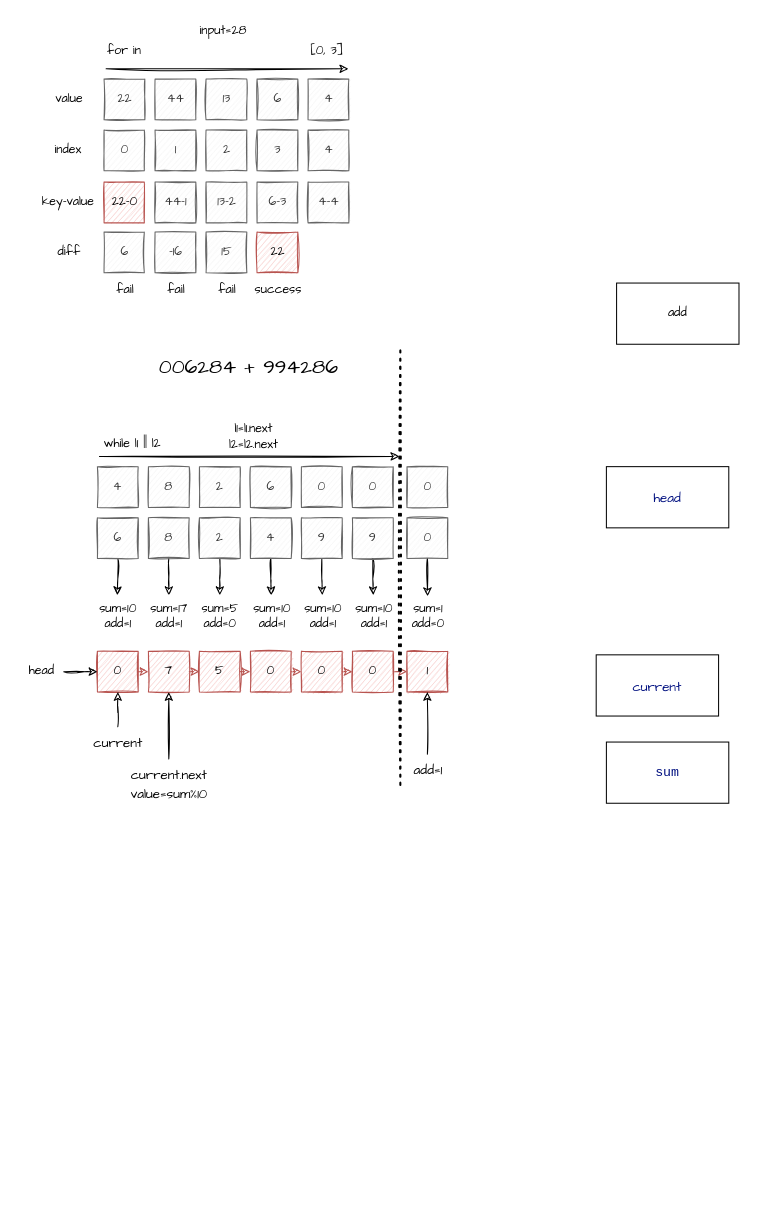
Before: 房子.drawio in heggria/blog, a draw.io diagram. Source tidied: cells renumbered, new cells numbered last; positions are measured from the earlier drawing's top-left corner, leaving out a move shared by most shapes. Both pictures are drawn from the tidied source at 102%, with x=0, y=0 at pixel (17, 17).
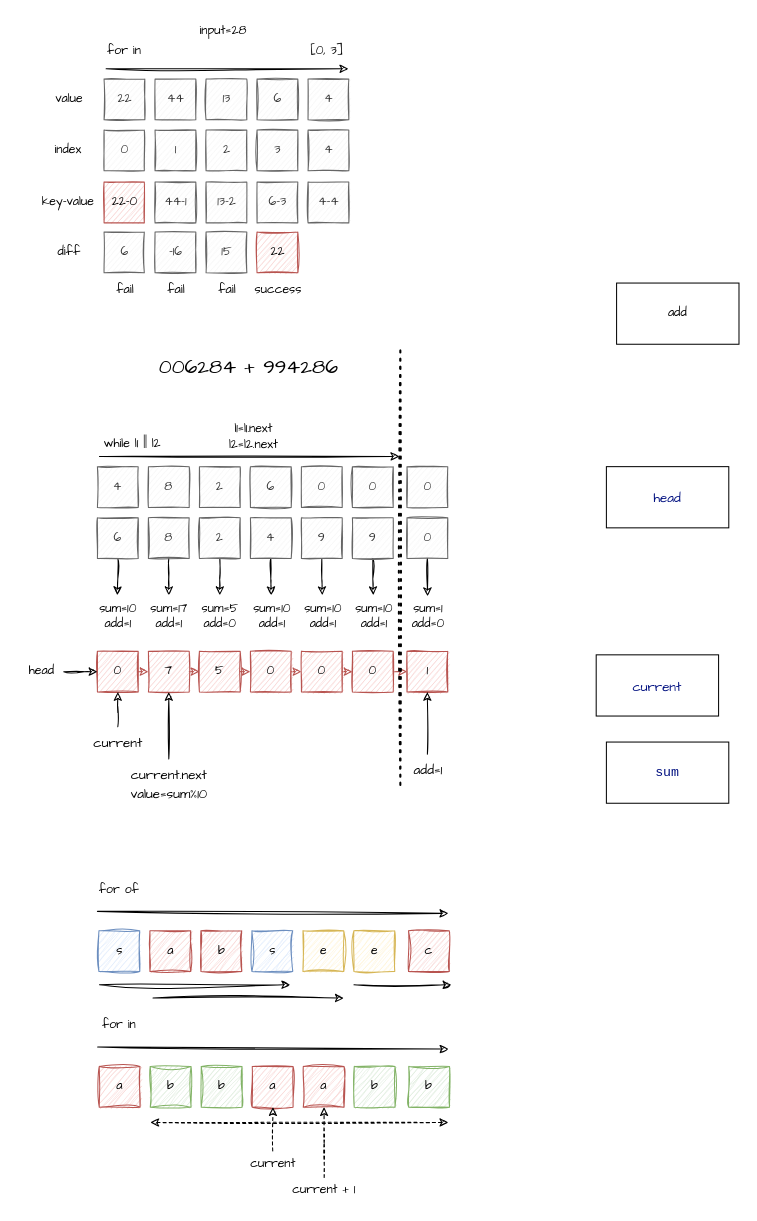
Above is the later version.

What changed in the source:
```diff
@@
+    <mxCell id="91" value="s" style="rounded=0;whiteSpace=wrap;html=1;fontFamily=Comic Sans MS;fillColor=#dae8fc;strokeColor=#6c8ebf;sketch=1;curveFitting=1;jiggle=2;" parent="1" vertex="1">
+      <mxGeometry x="79.5" y="895" width="40" height="40" as="geometry" />
+    </mxCell>
+    <mxCell id="92" value="a" style="rounded=0;whiteSpace=wrap;html=1;fontFamily=Comic Sans MS;fillColor=#f8cecc;strokeColor=#b85450;sketch=1;curveFitting=1;jiggle=2;" parent="1" vertex="1">
+      <mxGeometry x="129.5" y="895" width="40" height="40" as="geometry" />
+    </mxCell>
+    <mxCell id="93" value="b" style="rounded=0;whiteSpace=wrap;html=1;fontFamily=Comic Sans MS;fillColor=#f8cecc;strokeColor=#b85450;sketch=1;curveFitting=1;jiggle=2;" parent="1" vertex="1">
+      <mxGeometry x="179.5" y="895" width="40" height="40" as="geometry" />
+    </mxCell>
+    <mxCell id="94" value="s" style="rounded=0;whiteSpace=wrap;html=1;fontFamily=Comic Sans MS;fillColor=#dae8fc;strokeColor=#6c8ebf;sketch=1;curveFitting=1;jiggle=2;" parent="1" vertex="1">
+      <mxGeometry x="229.5" y="895" width="40" height="40" as="geometry" />
+    </mxCell>
+    <mxCell id="95" value="e" style="rounded=0;whiteSpace=wrap;html=1;fontFamily=Comic Sans MS;fillColor=#fff2cc;strokeColor=#d6b656;sketch=1;curveFitting=1;jiggle=2;" parent="1" vertex="1">
+      <mxGeometry x="279.5" y="895" width="40" height="40" as="geometry" />
+    </mxCell>
+    <mxCell id="96" value="e" style="rounded=0;whiteSpace=wrap;html=1;fontFamily=Comic Sans MS;fillColor=#fff2cc;strokeColor=#d6b656;sketch=1;curveFitting=1;jiggle=2;" parent="1" vertex="1">
+      <mxGeometry x="329.5" y="895" width="40" height="40" as="geometry" />
+    </mxCell>
+    <mxCell id="97" value="c" style="rounded=0;whiteSpace=wrap;html=1;fontFamily=Comic Sans MS;fillColor=#f8cecc;strokeColor=#b85450;sketch=1;curveFitting=1;jiggle=2;" parent="1" vertex="1">
+      <mxGeometry x="383" y="895" width="40" height="40" as="geometry" />
+    </mxCell>
+    <mxCell id="98" style="endArrow=classic;html=1;rounded=0;sketch=1;curveFitting=1;jiggle=2;fontFamily=Comic Sans MS;" parent="1" edge="1">
+      <mxGeometry relative="1" as="geometry">
+        <mxPoint x="80" y="948" as="sourcePoint" />
+        <mxPoint x="267" y="948" as="targetPoint" />
+      </mxGeometry>
+    </mxCell>
+    <mxCell id="99" style="endArrow=classic;html=1;rounded=0;sketch=1;curveFitting=1;jiggle=2;fontFamily=Comic Sans MS;" parent="1" edge="1">
+      <mxGeometry relative="1" as="geometry">
+        <mxPoint x="132.5" y="961" as="sourcePoint" />
+        <mxPoint x="319.5" y="961" as="targetPoint" />
+      </mxGeometry>
+    </mxCell>
+    <mxCell id="100" style="endArrow=classic;html=1;rounded=0;sketch=1;curveFitting=1;jiggle=2;fontFamily=Comic Sans MS;" parent="1" edge="1">
+      <mxGeometry relative="1" as="geometry">
+        <mxPoint x="329.5" y="948" as="sourcePoint" />
+        <mxPoint x="425" y="948" as="targetPoint" />
+      </mxGeometry>
+    </mxCell>
+    <mxCell id="101" style="endArrow=classic;html=1;rounded=0;sketch=1;curveFitting=1;jiggle=2;fontFamily=Comic Sans MS;" parent="1" edge="1">
+      <mxGeometry relative="1" as="geometry">
+        <mxPoint x="78" y="876" as="sourcePoint" />
+        <mxPoint x="422" y="878" as="targetPoint" />
+      </mxGeometry>
+    </mxCell>
+    <mxCell id="102" value="for of" style="text;html=1;align=center;verticalAlign=middle;strokeColor=none;fillColor=none;fontFamily=Comic Sans MS;" parent="1" vertex="1">
+      <mxGeometry x="72.5" y="842" width="52" height="26" as="geometry" />
+    </mxCell>
+    <mxCell id="103" value="a" style="rounded=0;whiteSpace=wrap;html=1;fontFamily=Comic Sans MS;fillColor=#f8cecc;strokeColor=#b85450;sketch=1;curveFitting=1;jiggle=2;" parent="1" vertex="1">
+      <mxGeometry x="79.8" y="1028" width="40" height="40" as="geometry" />
+    </mxCell>
+    <mxCell id="104" value="b" style="rounded=0;whiteSpace=wrap;html=1;fontFamily=Comic Sans MS;fillColor=#d5e8d4;strokeColor=#82b366;sketch=1;curveFitting=1;jiggle=2;" parent="1" vertex="1">
+      <mxGeometry x="129.8" y="1028" width="40" height="40" as="geometry" />
+    </mxCell>
+    <mxCell id="105" value="b" style="rounded=0;whiteSpace=wrap;html=1;fontFamily=Comic Sans MS;fillColor=#d5e8d4;strokeColor=#82b366;sketch=1;curveFitting=1;jiggle=2;" parent="1" vertex="1">
+      <mxGeometry x="179.8" y="1028" width="40" height="40" as="geometry" />
+    </mxCell>
+    <mxCell id="106" value="a" style="rounded=0;whiteSpace=wrap;html=1;fontFamily=Comic Sans MS;fillColor=#f8cecc;strokeColor=#b85450;sketch=1;curveFitting=1;jiggle=2;" parent="1" vertex="1">
+      <mxGeometry x="229.8" y="1028" width="40" height="40" as="geometry" />
+    </mxCell>
+    <mxCell id="107" value="a" style="rounded=0;whiteSpace=wrap;html=1;fontFamily=Comic Sans MS;fillColor=#f8cecc;strokeColor=#b85450;sketch=1;curveFitting=1;jiggle=2;" parent="1" vertex="1">
+      <mxGeometry x="279.8" y="1028" width="40" height="40" as="geometry" />
+    </mxCell>
+    <mxCell id="108" value="b" style="rounded=0;whiteSpace=wrap;html=1;fontFamily=Comic Sans MS;fillColor=#d5e8d4;strokeColor=#82b366;sketch=1;curveFitting=1;jiggle=2;" parent="1" vertex="1">
+      <mxGeometry x="329.8" y="1028" width="40" height="40" as="geometry" />
+    </mxCell>
+    <mxCell id="109" value="b" style="rounded=0;whiteSpace=wrap;html=1;fontFamily=Comic Sans MS;fillColor=#d5e8d4;strokeColor=#82b366;sketch=1;curveFitting=1;jiggle=2;" parent="1" vertex="1">
+      <mxGeometry x="383.2" y="1028" width="40" height="40" as="geometry" />
+    </mxCell>
+    <mxCell id="110" style="endArrow=classic;html=1;rounded=0;sketch=1;curveFitting=1;jiggle=2;fontFamily=Comic Sans MS;" parent="1" edge="1">
+      <mxGeometry relative="1" as="geometry">
+        <mxPoint x="78.2" y="1009" as="sourcePoint" />
+        <mxPoint x="422.2" y="1011" as="targetPoint" />
+      </mxGeometry>
+    </mxCell>
+    <mxCell id="111" value="for in" style="text;html=1;align=center;verticalAlign=middle;strokeColor=none;fillColor=none;fontFamily=Comic Sans MS;" parent="1" vertex="1">
+      <mxGeometry x="74.8" y="975" width="49" height="26" as="geometry" />
+    </mxCell>
+    <mxCell id="112" style="endArrow=classic;html=1;rounded=0;dashed=1;sketch=1;fontFamily=Comic Sans MS;startArrow=none;entryX=0.5;entryY=1;entryDx=0;entryDy=0;" parent="1" edge="1" source="113">
+      <mxGeometry relative="1" as="geometry">
+        <mxPoint x="250.2" y="1068" as="targetPoint" />
+      </mxGeometry>
+    </mxCell>
+    <mxCell id="113" value="current" style="text;html=1;align=center;verticalAlign=middle;points=[];strokeColor=none;fillColor=none;fontFamily=Comic Sans MS;" parent="1" vertex="1">
+      <mxGeometry x="219.8" y="1111" width="60" height="26" as="geometry" />
+    </mxCell>
+    <mxCell id="114" style="edgeStyle=orthogonalEdgeStyle;rounded=0;sketch=1;jettySize=auto;html=1;entryX=0.5;entryY=1;entryDx=0;entryDy=0;dashed=1;fontFamily=Comic Sans MS;" parent="1" edge="1" source="115">
+      <mxGeometry relative="1" as="geometry">
+        <mxPoint x="300.2" y="1068" as="targetPoint" />
+      </mxGeometry>
+    </mxCell>
+    <mxCell id="115" value="current + 1" style="text;html=1;align=center;verticalAlign=middle;points=[];strokeColor=none;fillColor=none;fontFamily=Comic Sans MS;" parent="1" vertex="1">
+      <mxGeometry x="260.8" y="1137" width="79" height="26" as="geometry" />
+    </mxCell>
+    <mxCell id="116" style="endArrow=classic;startArrow=classic;html=1;rounded=0;dashed=1;sketch=1;fontFamily=Comic Sans MS;" parent="1" edge="1">
+      <mxGeometry relative="1" as="geometry">
+        <mxPoint x="130" y="1083" as="sourcePoint" />
+        <mxPoint x="422" y="1083" as="targetPoint" />
+      </mxGeometry>
+    </mxCell>
```
